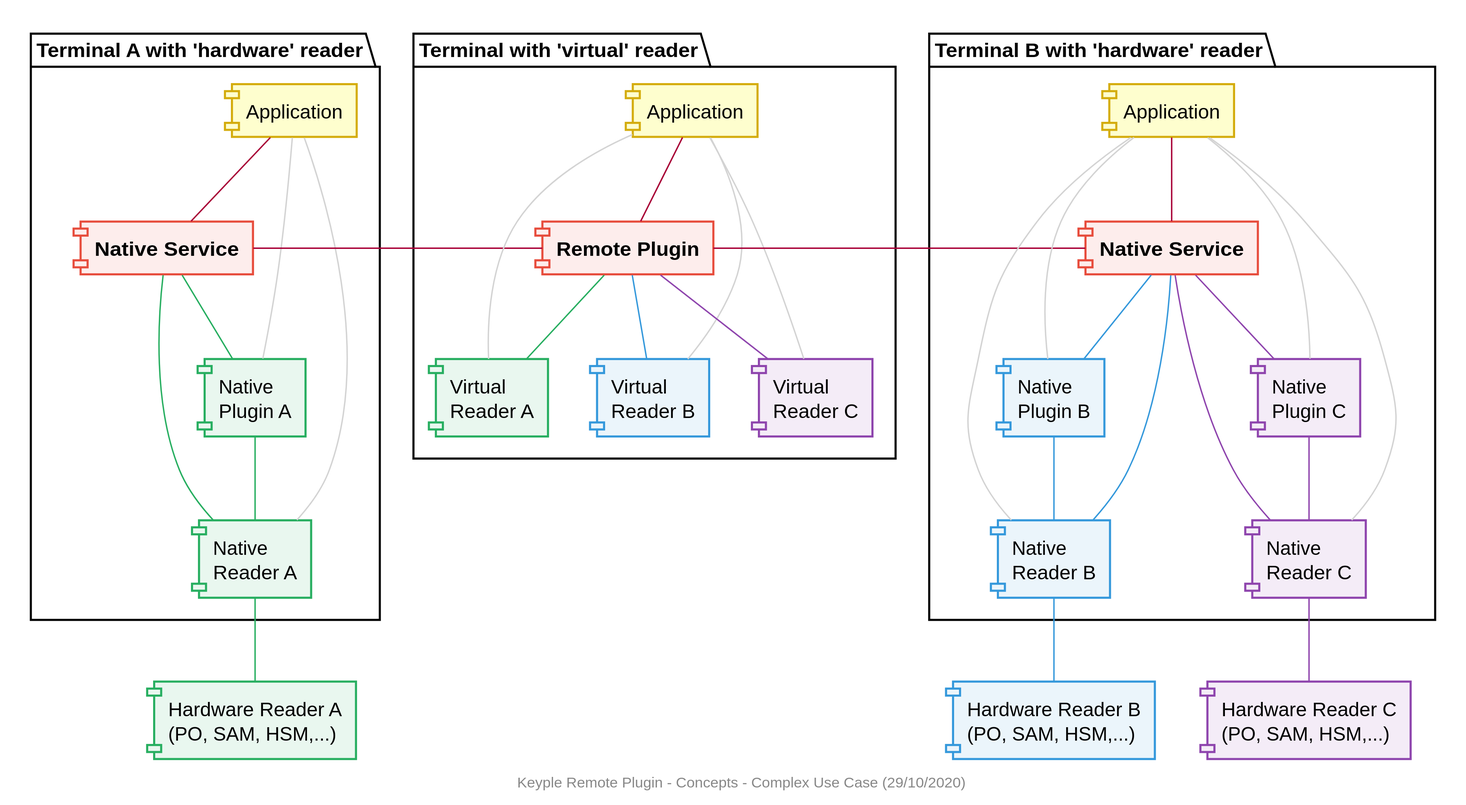
yvonneyam/keyple-website keeps this PlantUML diagram as media/remote-plugin/component/Remote_Component_Concepts_2.svg. Above is the earlier version.
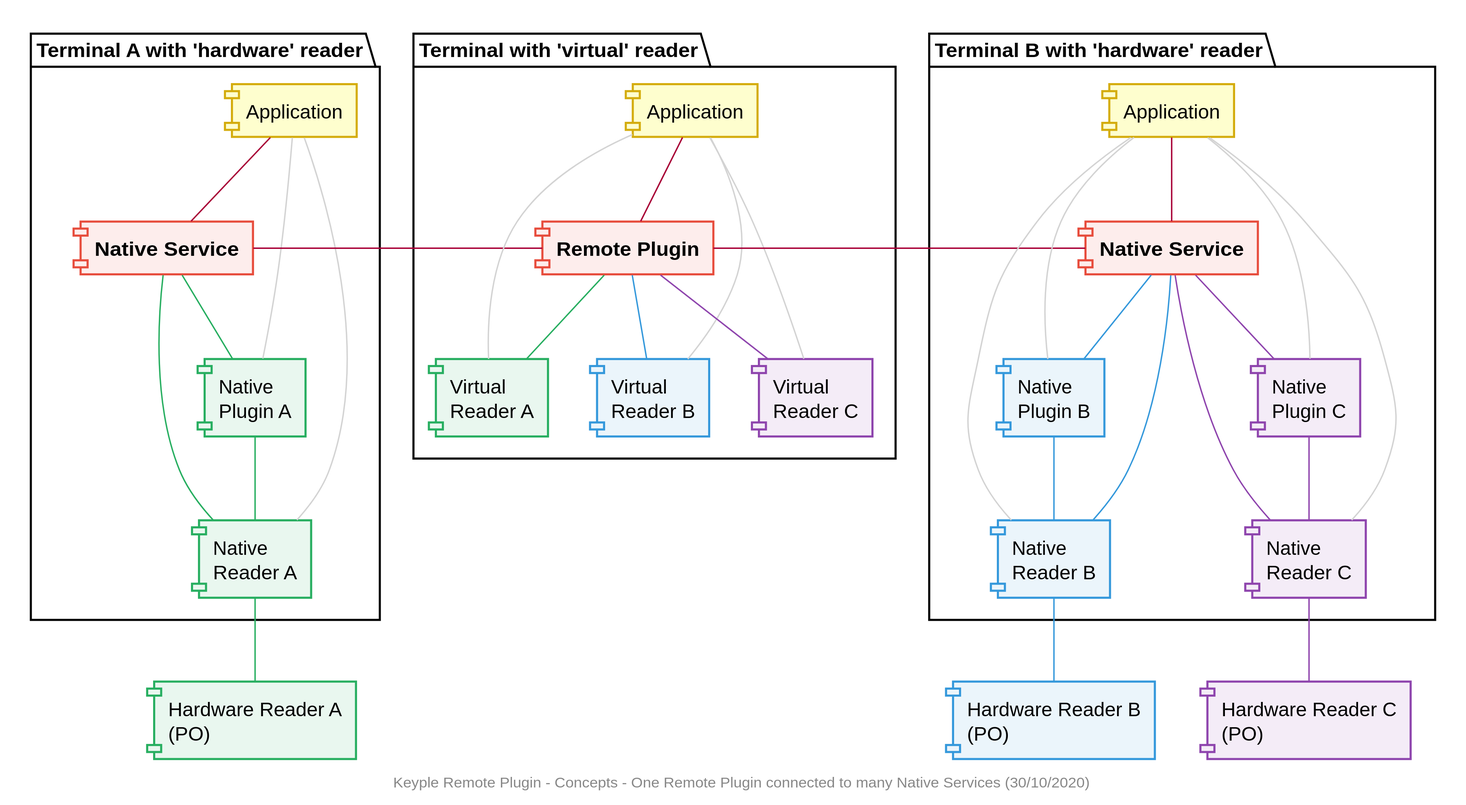
The same diagram one commit later.

Diff of the diagram source:
```diff
@@ -1,6 +1,6 @@
 @startuml
 footer
-    Keyple Remote Plugin - Concepts - Complex Use Case (29/10/2020)
+    Keyple Remote Plugin - Concepts - One Remote Plugin connected to many Native Services (30/10/2020)
 end footer
 
 
@@ -25,9 +25,9 @@
 hide <<grey>> stereotype
 
 
-[Hardware Reader A\n(PO, SAM, HSM,...)] as readerA <<green>>
-[Hardware Reader B\n(PO, SAM, HSM,...)] as readerB <<blue>>
-[Hardware Reader C\n(PO, SAM, HSM,...)] as readerC <<purple>>
+[Hardware Reader A\n(PO)] as readerA <<green>>
+[Hardware Reader B\n(PO)] as readerB <<blue>>
+[Hardware Reader C\n(PO)] as readerC <<purple>>
 package "Terminal A with 'hardware' reader" {
     [Application] as appA
     [**Native Service**] as nativeServiceA <<red>>
```
